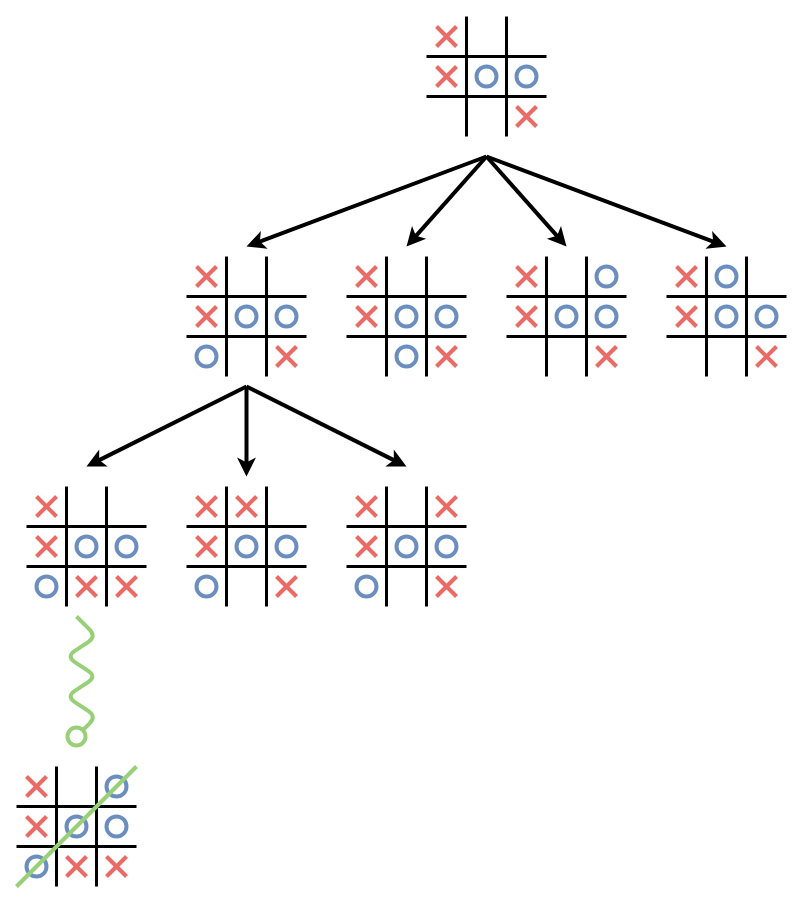
The draw.io diagram mcts_ttt3.drawio in Klazkin/player-zero, before the edit. Source tidied: cells renumbered, new cells numbered last; positions are measured from the earlier drawing's top-left corner, leaving out a move shared by most shapes. Both pictures are drawn from the tidied source at 100%, with x=0, y=0 at pixel (16, 16).
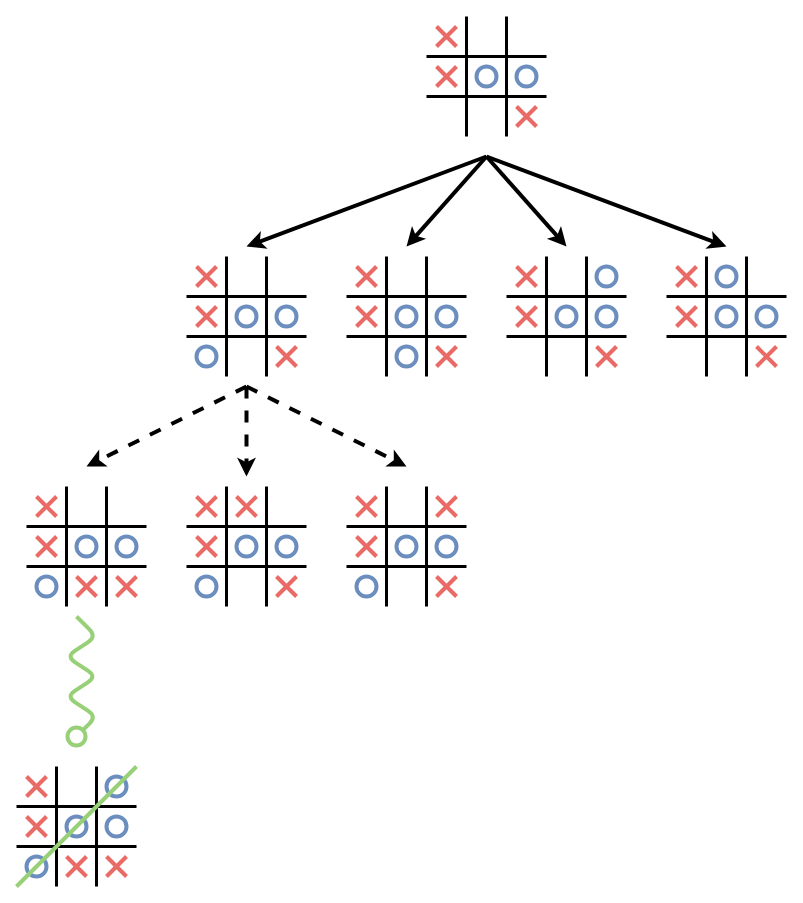
The same page after the edit.

Diff of the diagram source:
```diff
@@
-    <mxCell id="70" style="endArrow=classic;html=1;rounded=0;strokeWidth=4;strokeColor=#000000;" parent="1" edge="1">
+    <mxCell id="70" style="endArrow=classic;html=1;rounded=0;strokeWidth=4;strokeColor=#000000;dashed=1;" parent="1" edge="1">
       <mxGeometry relative="1" as="geometry">
         <mxPoint x="230" y="370" as="sourcePoint" />
         <mxPoint x="230" y="460" as="targetPoint" />
       </mxGeometry>
     </mxCell>
@@
-    <mxCell id="116" style="endArrow=classic;html=1;rounded=0;strokeWidth=4;strokeColor=#000000;" parent="1" edge="1">
+    <mxCell id="116" style="endArrow=classic;html=1;rounded=0;strokeWidth=4;strokeColor=#000000;dashed=1;" parent="1" edge="1">
       <mxGeometry relative="1" as="geometry">
         <mxPoint x="230" y="370" as="sourcePoint" />
         <mxPoint x="390" y="450" as="targetPoint" />
       </mxGeometry>
     </mxCell>
-    <mxCell id="117" style="endArrow=classic;html=1;rounded=0;strokeWidth=4;strokeColor=#000000;" parent="1" edge="1">
+    <mxCell id="117" style="endArrow=classic;html=1;rounded=0;strokeWidth=4;strokeColor=#000000;dashed=1;" parent="1" edge="1">
       <mxGeometry relative="1" as="geometry">
         <mxPoint x="230" y="370" as="sourcePoint" />
         <mxPoint x="70" y="450" as="targetPoint" />
       </mxGeometry>
     </mxCell>
```
